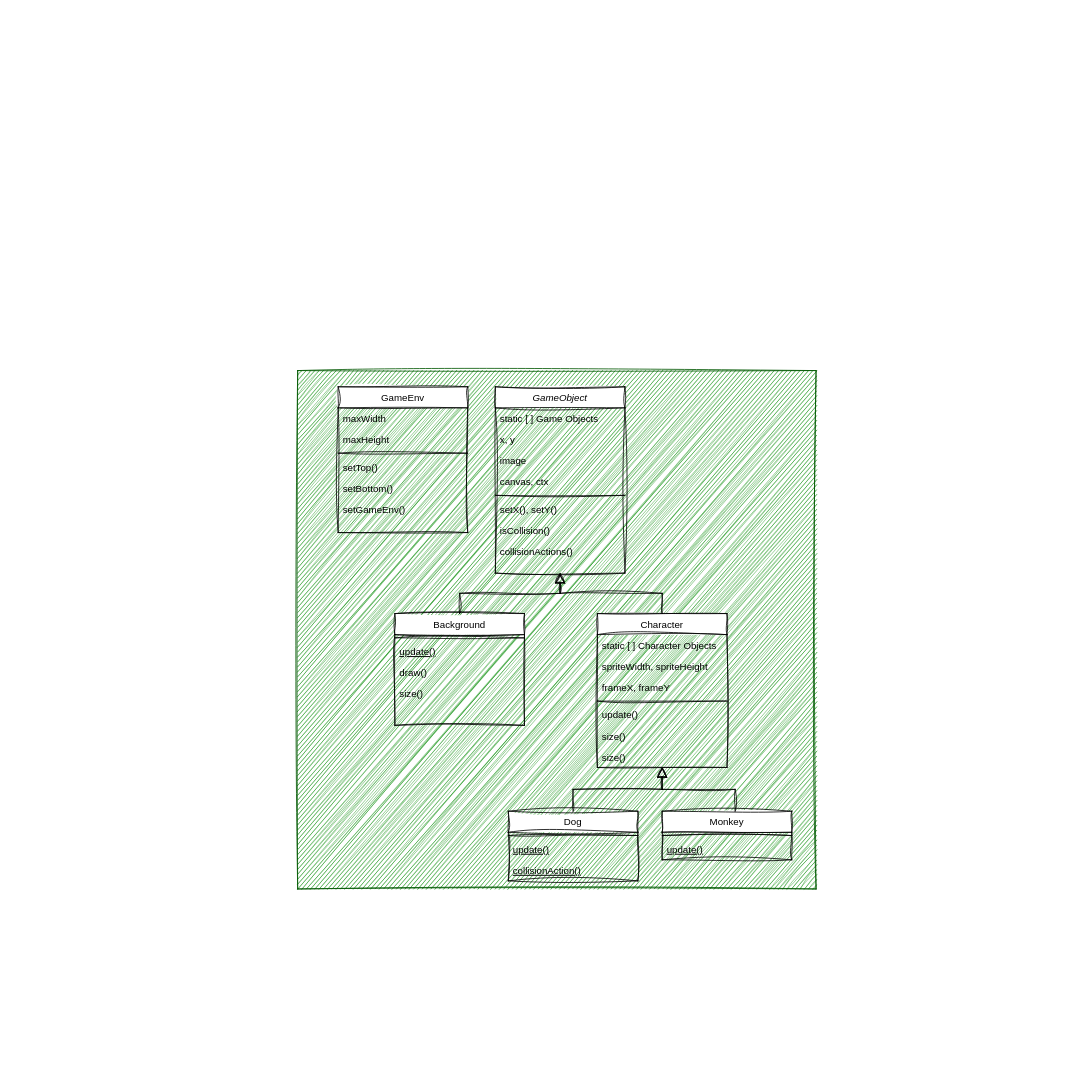
This is assets/js/adventureGame/gameDiagram.drawio from PratheepNatarajan/pratheep_blog, a draw.io file, before an edit. Source tidied: cells renumbered, new cells numbered last; positions are measured from the earlier drawing's top-left corner, leaving out a move shared by most shapes. Both pictures are drawn from the tidied source at 81%, with x=0, y=0 at pixel (297, 370).
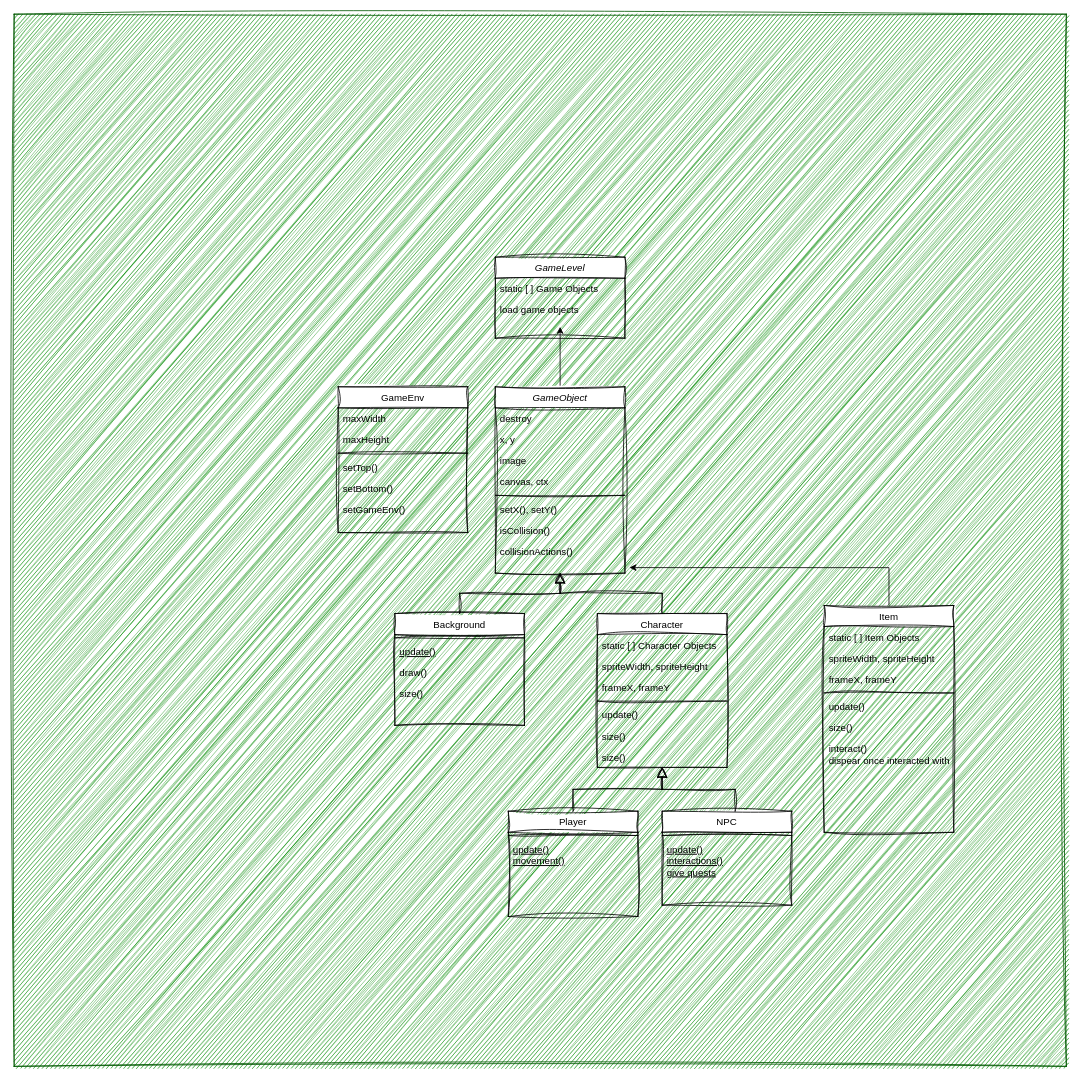
Above is the later version.

Unchanged cells that the change refers to:
```xml
<mxCell id="3" value="GameObject" style="swimlane;fontStyle=2;align=center;verticalAlign=top;horizontal=1;startSize=26;rounded=0;shadow=0;strokeWidth=1;sketch=1;curveFitting=1;jiggle=2;" parent="1" vertex="1">
  <mxGeometry x="244" y="20" width="160" height="230" as="geometry" />
</mxCell>
<mxCell id="11" value="collisionActions()" style="text;align=left;verticalAlign=top;spacingLeft=4;spacingRight=4;overflow=hidden;points=[[0,0.5],[1,0.5]];portConstraint=eastwest;sketch=1;curveFitting=1;jiggle=2;rounded=0;" parent="3" vertex="1">
  <mxGeometry y="190" width="160" height="26" as="geometry" />
</mxCell>
```

Change to the diagram source:
```diff
@@
     <mxCell id="2" style="whiteSpace=wrap;html=1;rounded=0;fillColor=#008a00;strokeColor=#005700;fontColor=#ffffff;sketch=1;curveFitting=1;jiggle=2;" parent="1" vertex="1">
-      <mxGeometry width="640" height="640" as="geometry" />
+      <mxGeometry x="-350" y="-440" width="1299" height="1299" as="geometry" />
     </mxCell>
+    <mxCell id="43" style="edgeStyle=orthogonalEdgeStyle;rounded=0;jettySize=auto;html=1;" parent="1" edge="1" source="3">
+      <mxGeometry relative="1" as="geometry">
+        <mxPoint x="324" y="-54" as="targetPoint" />
+        <Array as="points">
+          <mxPoint x="324" y="-17" />
+          <mxPoint x="324" y="-17" />
+        </Array>
+      </mxGeometry>
+    </mxCell>
@@
-    <mxCell id="4" value="static [ ] Game Objects" style="text;align=left;verticalAlign=top;spacingLeft=4;spacingRight=4;overflow=hidden;sketch=1;curveFitting=1;jiggle=2;rounded=0;" parent="3" vertex="1">
+    <mxCell id="4" value="destroy" style="text;align=left;verticalAlign=top;spacingLeft=4;spacingRight=4;overflow=hidden;sketch=1;curveFitting=1;jiggle=2;rounded=0;" parent="3" vertex="1">
       <mxGeometry y="26" width="160" height="26" as="geometry" />
     </mxCell>
@@
-    <mxCell id="34" value="Dog" style="swimlane;fontStyle=0;align=center;verticalAlign=top;horizontal=1;startSize=26;rounded=0;shadow=0;strokeWidth=1;sketch=1;curveFitting=1;jiggle=2;" parent="1" vertex="1">
-      <mxGeometry x="260" y="544" width="160" height="86" as="geometry" />
+    <mxCell id="34" value="Player" style="swimlane;fontStyle=0;align=center;verticalAlign=top;horizontal=1;startSize=26;rounded=0;shadow=0;strokeWidth=1;sketch=1;curveFitting=1;jiggle=2;" parent="1" vertex="1">
+      <mxGeometry x="260" y="544" width="160" height="130" as="geometry" />
     </mxCell>
@@
-    <mxCell id="36" value="update()" style="text;align=left;verticalAlign=top;spacingLeft=4;spacingRight=4;overflow=hidden;fontStyle=4;sketch=1;curveFitting=1;jiggle=2;rounded=0;" parent="34" vertex="1">
-      <mxGeometry y="34" width="160" height="26" as="geometry" />
+    <mxCell id="36" value="update()&#10;movement()" style="text;align=left;verticalAlign=top;spacingLeft=4;spacingRight=4;overflow=hidden;fontStyle=4;sketch=1;curveFitting=1;jiggle=2;rounded=0;" parent="34" vertex="1">
+      <mxGeometry y="34" width="160" height="96" as="geometry" />
     </mxCell>
-    <mxCell id="37" value="collisionAction()" style="text;align=left;verticalAlign=top;spacingLeft=4;spacingRight=4;overflow=hidden;fontStyle=4;sketch=1;curveFitting=1;jiggle=2;rounded=0;" parent="34" vertex="1">
-      <mxGeometry y="60" width="160" height="26" as="geometry" />
-    </mxCell>
-    <mxCell id="38" value="Monkey" style="swimlane;fontStyle=0;align=center;verticalAlign=top;horizontal=1;startSize=26;rounded=0;shadow=0;strokeWidth=1;sketch=1;curveFitting=1;jiggle=2;" parent="1" vertex="1">
-      <mxGeometry x="450" y="544" width="160" height="60" as="geometry" />
+    <mxCell id="38" value="NPC" style="swimlane;fontStyle=0;align=center;verticalAlign=top;horizontal=1;startSize=26;rounded=0;shadow=0;strokeWidth=1;sketch=1;curveFitting=1;jiggle=2;" parent="1" vertex="1">
+      <mxGeometry x="450" y="544" width="160" height="116" as="geometry" />
     </mxCell>
@@
-    <mxCell id="40" value="update()" style="text;align=left;verticalAlign=top;spacingLeft=4;spacingRight=4;overflow=hidden;fontStyle=4;sketch=1;curveFitting=1;jiggle=2;rounded=0;" parent="38" vertex="1">
-      <mxGeometry y="34" width="160" height="26" as="geometry" />
+    <mxCell id="40" value="update()&#10;interactions()&#10;give quests" style="text;align=left;verticalAlign=top;spacingLeft=4;spacingRight=4;overflow=hidden;fontStyle=4;sketch=1;curveFitting=1;jiggle=2;rounded=0;" parent="38" vertex="1">
+      <mxGeometry y="34" width="160" height="76" as="geometry" />
     </mxCell>
@@
+    <mxCell id="44" value="Item" style="swimlane;fontStyle=0;align=center;verticalAlign=top;horizontal=1;startSize=26;rounded=0;shadow=0;strokeWidth=1;sketch=1;curveFitting=1;jiggle=2;" parent="1" vertex="1">
+      <mxGeometry x="650" y="290" width="160" height="280" as="geometry" />
+    </mxCell>
+    <mxCell id="45" value="static [ ] Item Objects" style="text;align=left;verticalAlign=top;spacingLeft=4;spacingRight=4;overflow=hidden;sketch=1;curveFitting=1;jiggle=2;rounded=0;" parent="44" vertex="1">
+      <mxGeometry y="26" width="160" height="26" as="geometry" />
+    </mxCell>
+    <mxCell id="46" value="spriteWidth, spriteHeight" style="text;align=left;verticalAlign=top;spacingLeft=4;spacingRight=4;overflow=hidden;sketch=1;curveFitting=1;jiggle=2;rounded=0;" parent="44" vertex="1">
+      <mxGeometry y="52" width="160" height="26" as="geometry" />
+    </mxCell>
+    <mxCell id="47" value="frameX, frameY" style="text;align=left;verticalAlign=top;spacingLeft=4;spacingRight=4;overflow=hidden;sketch=1;curveFitting=1;jiggle=2;rounded=0;" parent="44" vertex="1">
+      <mxGeometry y="78" width="160" height="26" as="geometry" />
+    </mxCell>
+    <mxCell id="48" style="line;html=1;strokeWidth=1;align=left;verticalAlign=middle;spacingTop=-1;spacingLeft=3;spacingRight=3;labelPosition=right;sketch=1;curveFitting=1;jiggle=2;rounded=0;" parent="44" vertex="1">
+      <mxGeometry y="104" width="160" height="8" as="geometry" />
+    </mxCell>
+    <mxCell id="49" value="update()" style="text;align=left;verticalAlign=top;spacingLeft=4;spacingRight=4;overflow=hidden;sketch=1;curveFitting=1;jiggle=2;rounded=0;" parent="44" vertex="1">
+      <mxGeometry y="112" width="160" height="26" as="geometry" />
+    </mxCell>
+    <mxCell id="50" value="size()" style="text;align=left;verticalAlign=top;spacingLeft=4;spacingRight=4;overflow=hidden;sketch=1;curveFitting=1;jiggle=2;rounded=0;" parent="44" vertex="1">
+      <mxGeometry y="138" width="160" height="26" as="geometry" />
+    </mxCell>
+    <mxCell id="51" value="interact()&#10;dispear once interacted with" style="text;align=left;verticalAlign=top;spacingLeft=4;spacingRight=4;overflow=hidden;sketch=1;curveFitting=1;jiggle=2;rounded=0;" parent="44" vertex="1">
+      <mxGeometry y="164" width="160" height="116" as="geometry" />
+    </mxCell>
+    <mxCell id="52" style="edgeStyle=orthogonalEdgeStyle;rounded=0;jettySize=auto;html=1;entryX=1.035;entryY=1.279;entryDx=0;entryDy=0;entryPerimeter=0;" parent="1" edge="1" source="44" target="11">
+      <mxGeometry relative="1" as="geometry" />
+    </mxCell>
+    <mxCell id="53" value="GameLevel" style="swimlane;fontStyle=2;align=center;verticalAlign=top;horizontal=1;startSize=26;rounded=0;shadow=0;strokeWidth=1;sketch=1;curveFitting=1;jiggle=2;" parent="1" vertex="1">
+      <mxGeometry x="244" y="-140" width="160" height="100" as="geometry" />
+    </mxCell>
+    <mxCell id="54" value="static [ ] Game Objects" style="text;align=left;verticalAlign=top;spacingLeft=4;spacingRight=4;overflow=hidden;sketch=1;curveFitting=1;jiggle=2;rounded=0;" parent="53" vertex="1">
+      <mxGeometry y="26" width="160" height="26" as="geometry" />
+    </mxCell>
+    <mxCell id="55" value="load game objects" style="text;align=left;verticalAlign=top;spacingLeft=4;spacingRight=4;overflow=hidden;sketch=1;curveFitting=1;jiggle=2;rounded=0;" parent="53" vertex="1">
+      <mxGeometry y="52" width="160" height="26" as="geometry" />
+    </mxCell>
```
